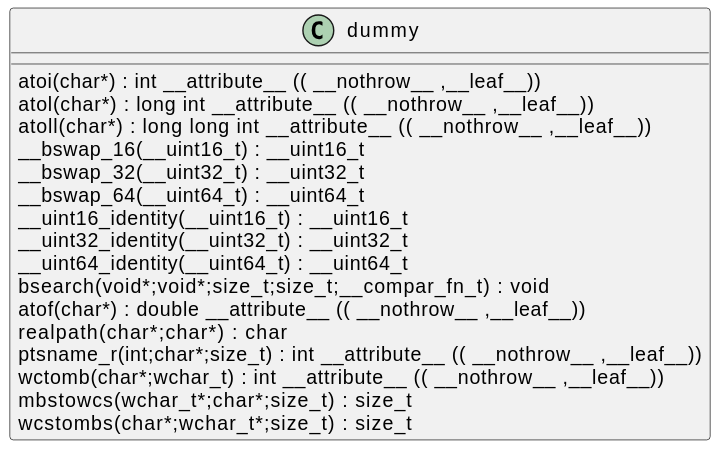
qualitesys/openssl keeps this PlantUML diagram as docs/qc/ssl/quic/quic_stream_map.c.svg. Above is the earlier version.
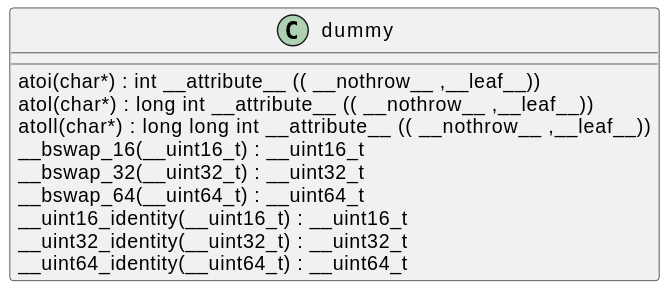
The same file after the commit.

Change to the diagram source:
```diff
@@ -10,12 +10,5 @@
 __uint16_identity(__uint16_t) : __uint16_t [[[./../../.././qc/ssl/quic/quic_stream_map.c.html#717]]]
 __uint32_identity(__uint32_t) : __uint32_t [[[./../../.././qc/ssl/quic/quic_stream_map.c.html#723]]]
 __uint64_identity(__uint64_t) : __uint64_t [[[./../../.././qc/ssl/quic/quic_stream_map.c.html#729]]]
-bsearch(void*;void*;size_t;size_t;__compar_fn_t) :  void  [[[./../../.././qc/ssl/quic/quic_stream_map.c.html#1413]]]
-atof(char*) :  double  __attribute__ (( __nothrow__ ,__leaf__)) [[[./../../.././qc/ssl/quic/quic_stream_map.c.html#1]]]
-realpath(char*;char*) :  char  [[[./../../.././qc/ssl/quic/quic_stream_map.c.html#1]]]
-ptsname_r(int;char*;size_t) :  int  __attribute__ (( __nothrow__ ,__leaf__)) [[[./../../.././qc/ssl/quic/quic_stream_map.c.html#1]]]
-wctomb(char*;wchar_t) :  int  __attribute__ (( __nothrow__ ,__leaf__)) [[[./../../.././qc/ssl/quic/quic_stream_map.c.html#1]]]
-mbstowcs(wchar_t*;char*;size_t) : size_t [[[./../../.././qc/ssl/quic/quic_stream_map.c.html#1]]]
-wcstombs(char*;wchar_t*;size_t) : size_t [[[./../../.././qc/ssl/quic/quic_stream_map.c.html#1]]]
 }
 @enduml
```
